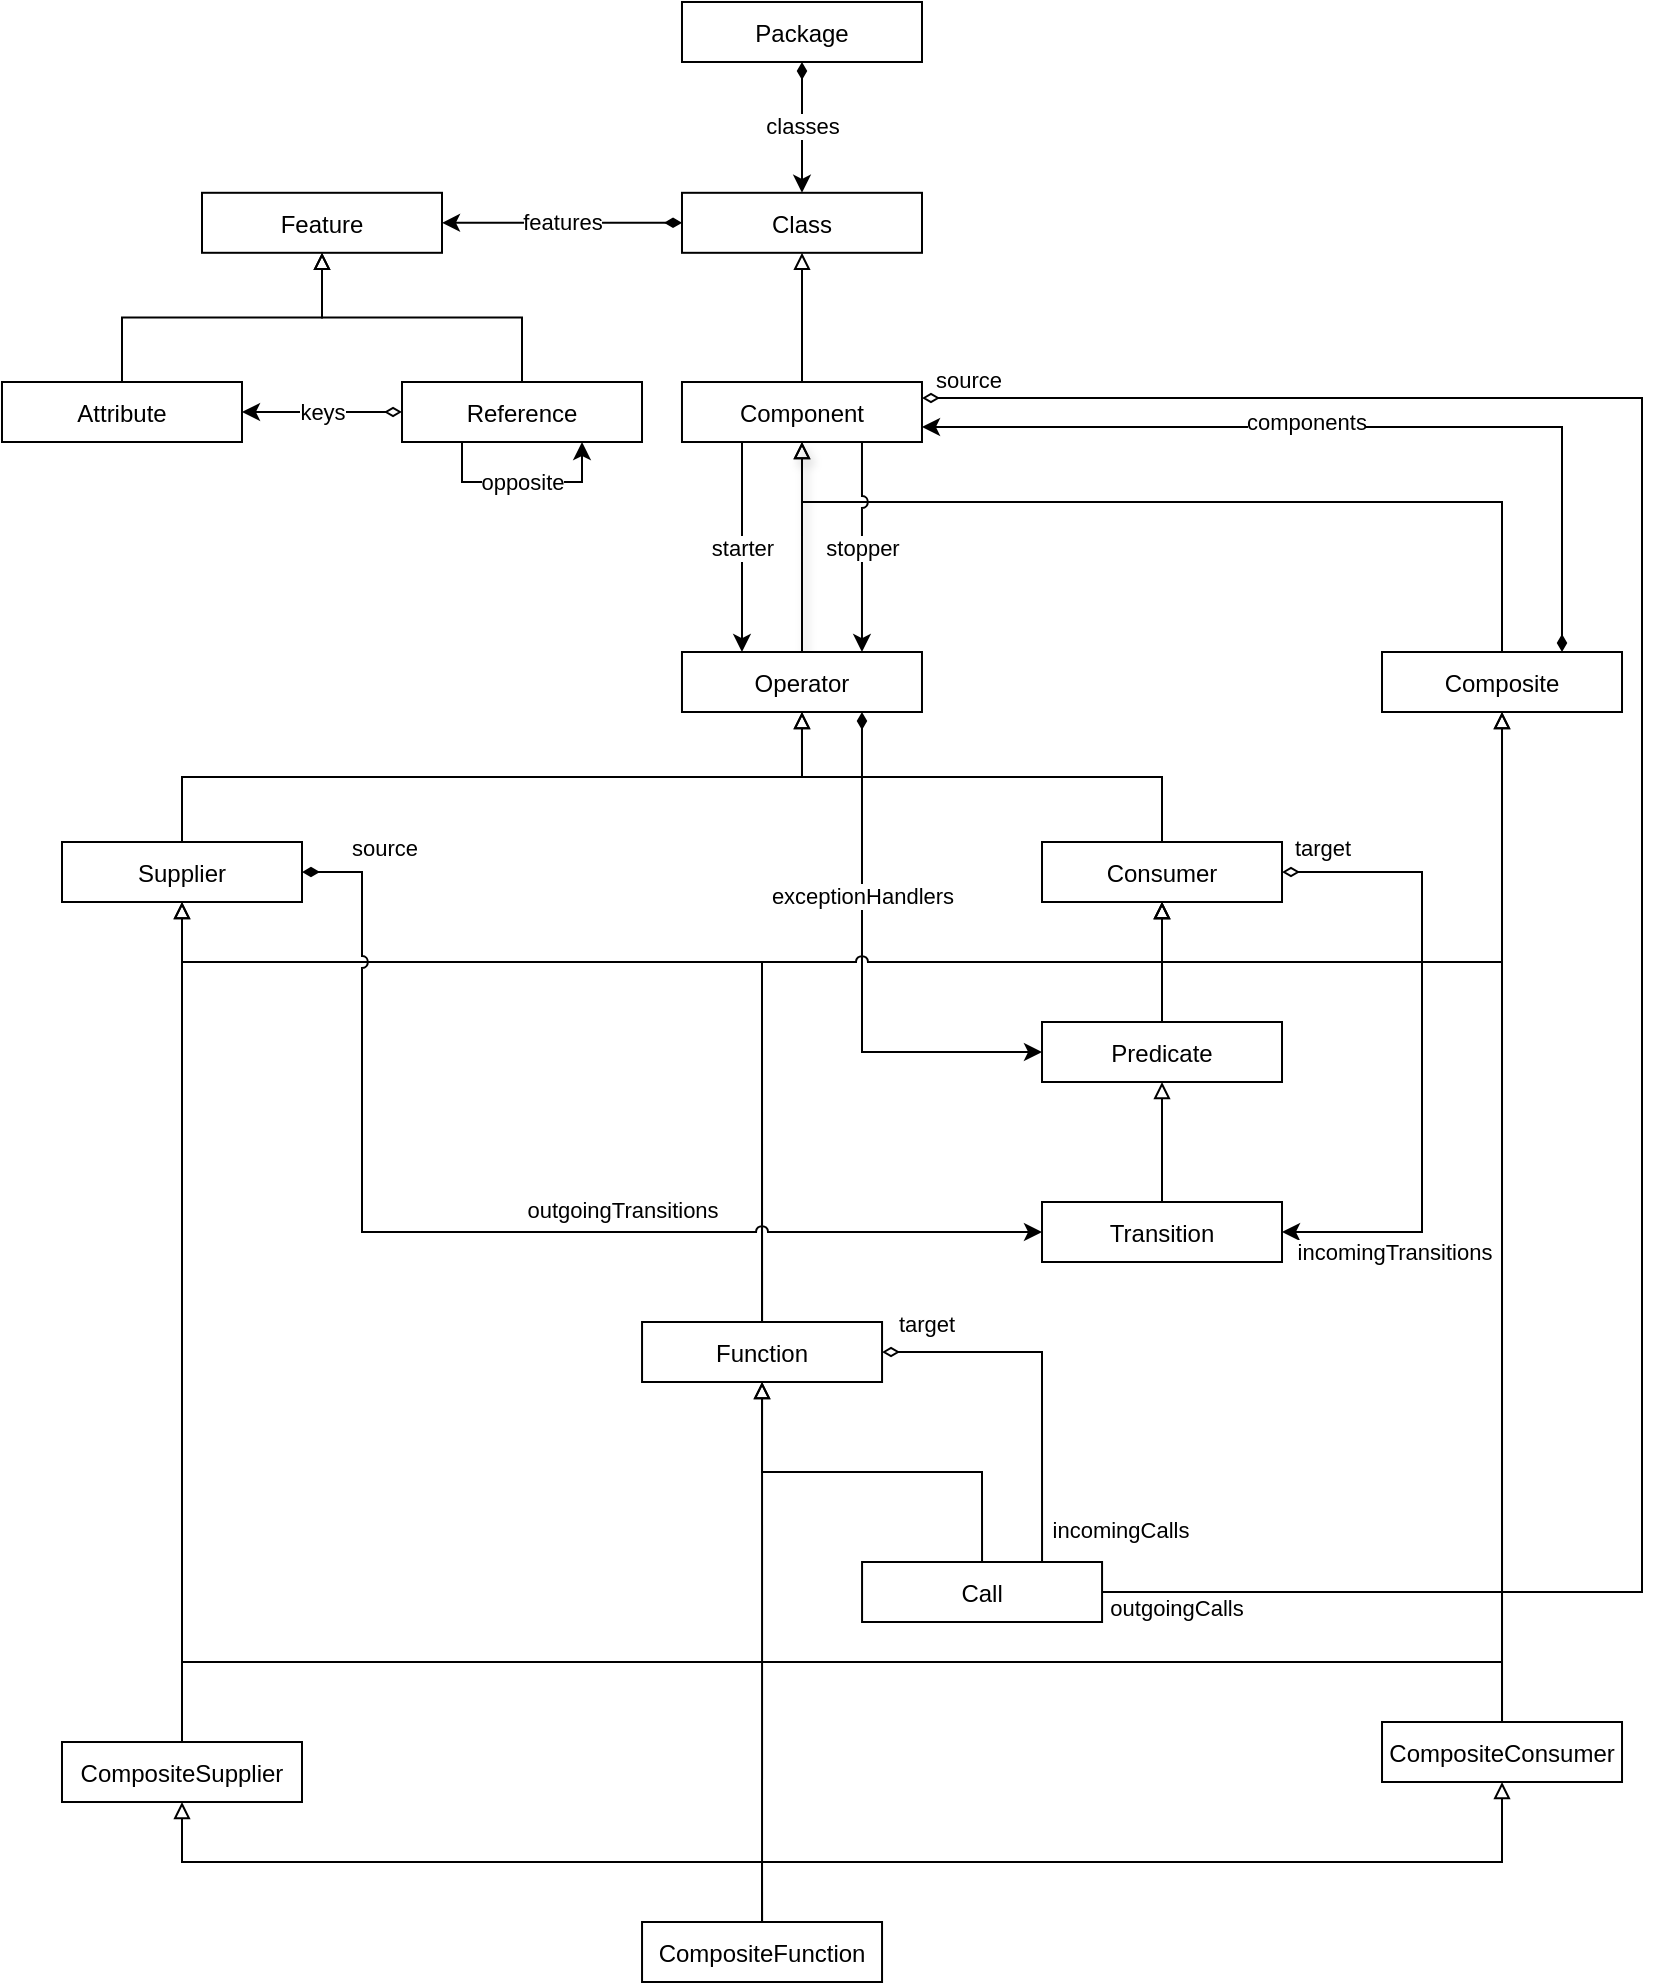
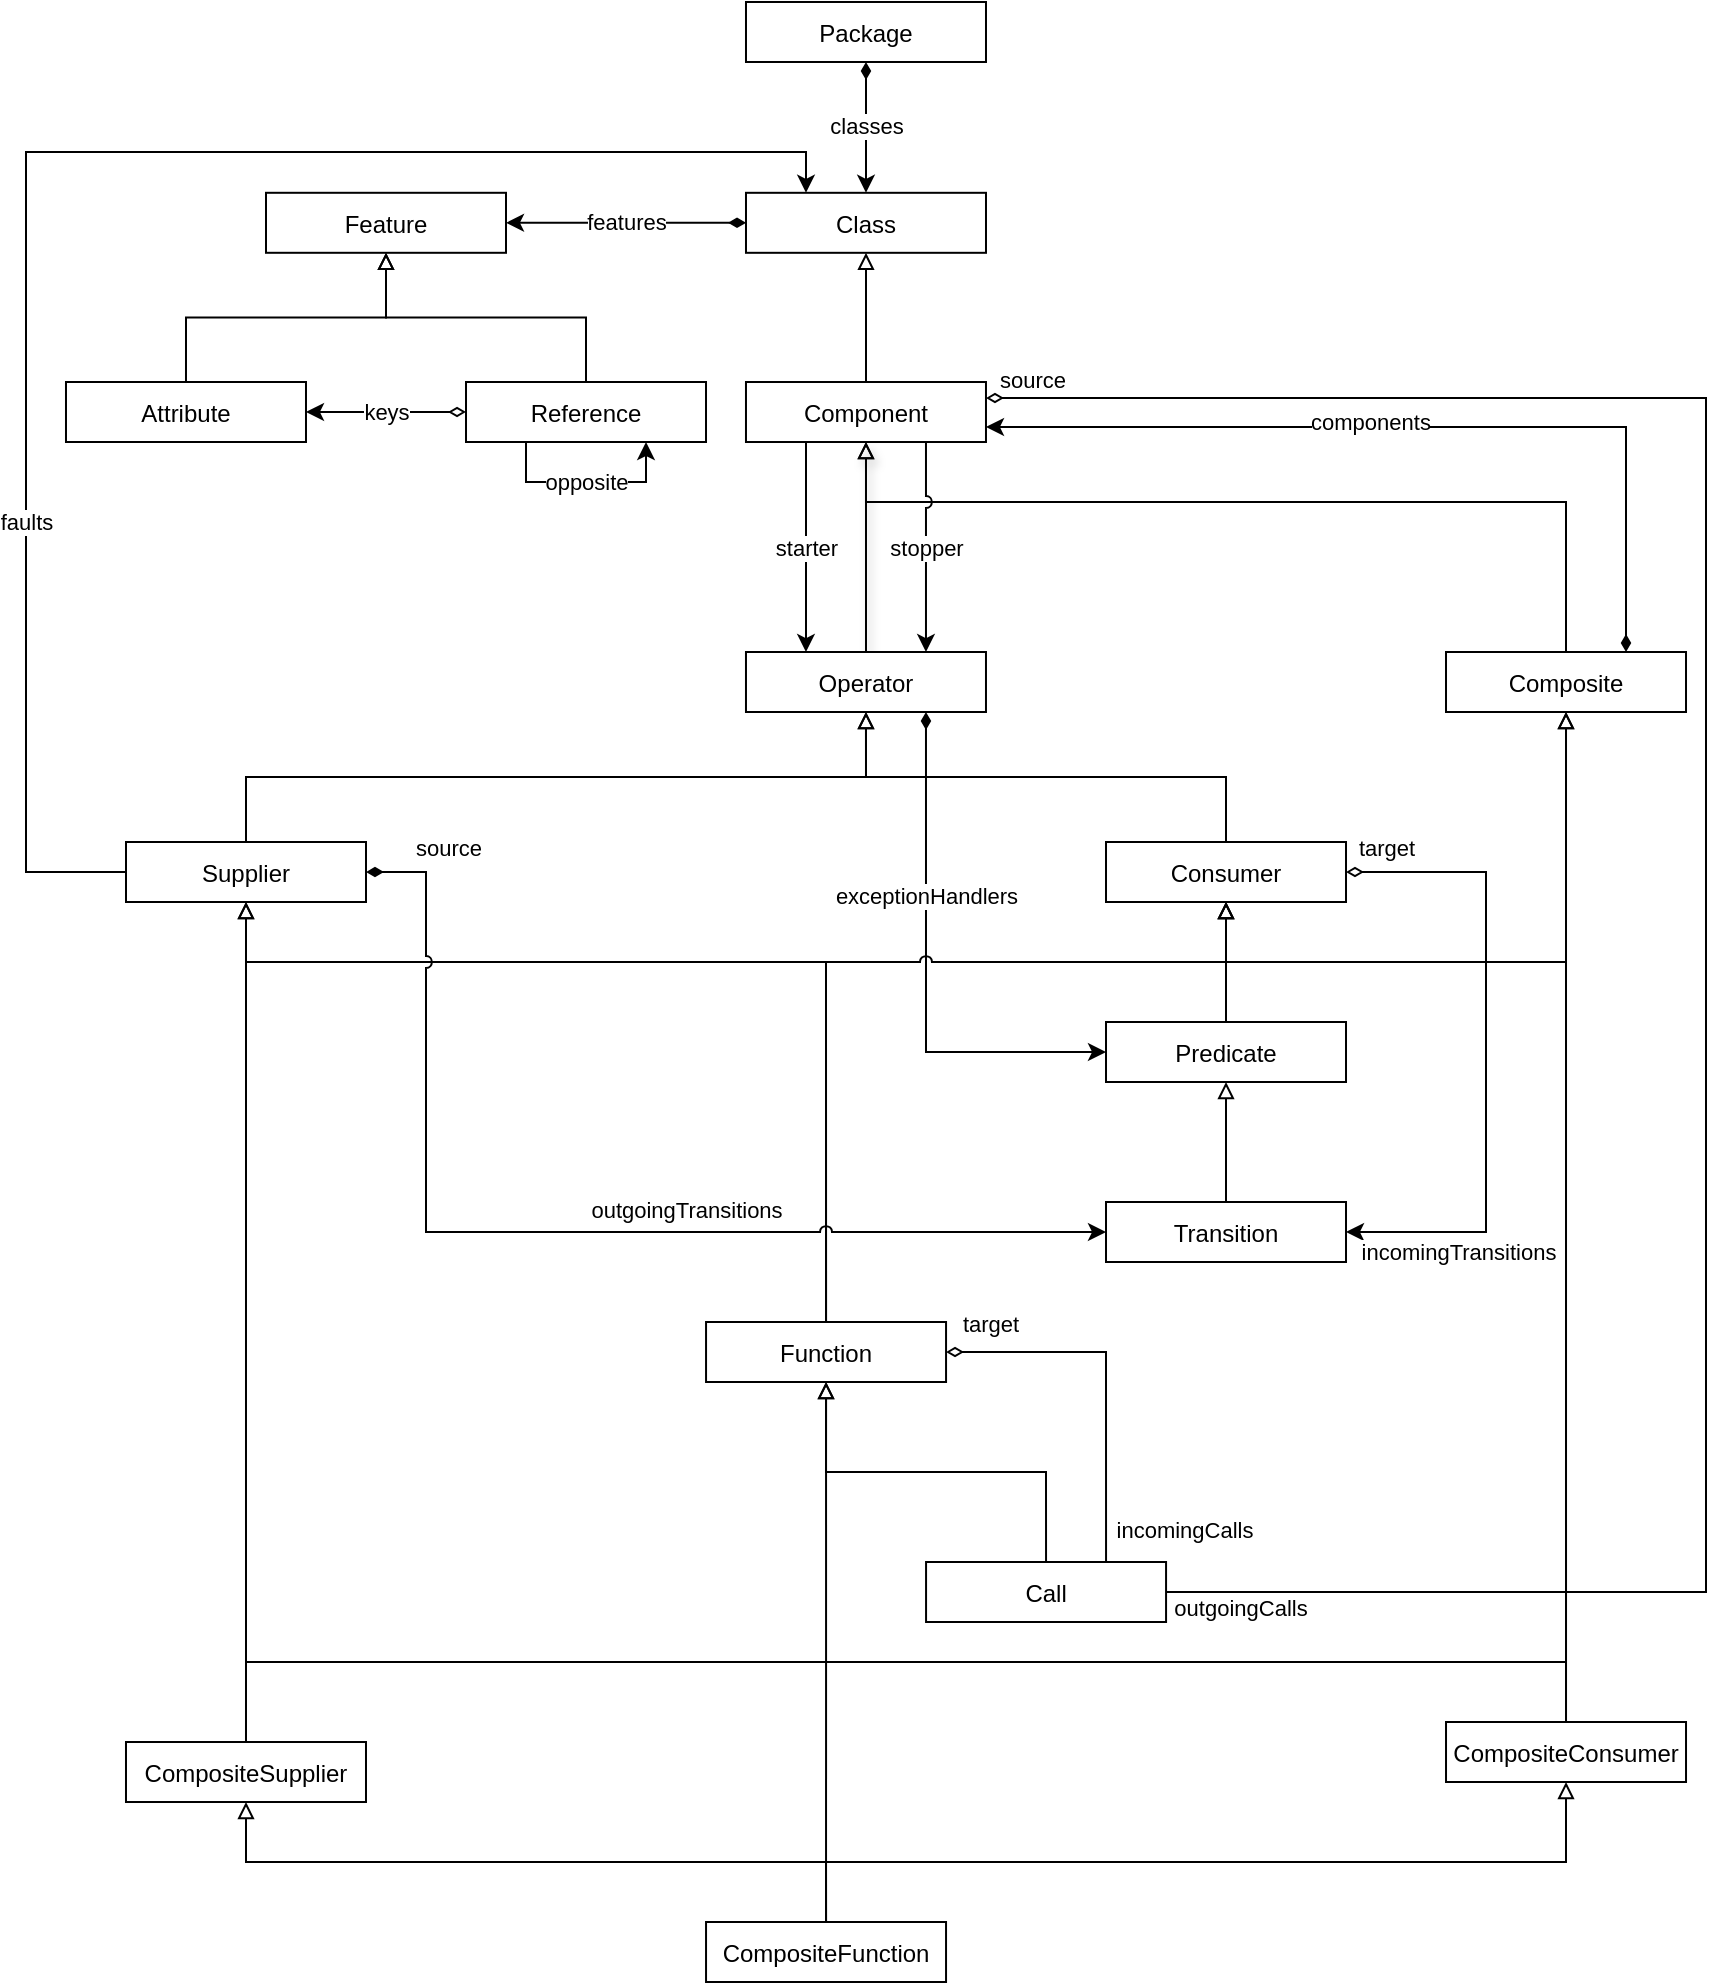
- <mxfile compressed="false" host="Electron" agent="Mozilla/5.0 (Windows NT 10.0; Win64; x64) AppleWebKit/537.36 (KHTML, like Gecko) draw.io/29.6.6 Chrome/144.0.7559.236 Electron/40.8.4 Safari/537.36" version="29.6.6">
+ <mxfile compressed="false" host="Electron" agent="Mozilla/5.0 (Windows NT 10.0; Win64; x64) AppleWebKit/537.36 (KHTML, like Gecko) draw.io/29.6.6 Chrome/144.0.7559.236 Electron/40.8.4 Safari/537.36">
  <diagram id="23af58aa-a429-4b5e-b458-e5b80da6425f" name="Nasdanika OpGraph">
-     <mxGraphModel dx="3346" dy="1921" grid="1" gridSize="10" guides="1" tooltips="1" connect="1" arrows="1" fold="1" page="1" pageScale="1" pageWidth="1100" pageHeight="850" math="0" shadow="0">
+     <mxGraphModel dx="1412" dy="1770" grid="1" gridSize="10" guides="1" tooltips="1" connect="1" arrows="1" fold="1" page="1" pageScale="1" pageWidth="1100" pageHeight="850" math="0" shadow="0">
      <root>
        <mxCell id="0" />
        <mxCell id="1" parent="0" />
        <mxCell id="e3b767db-f3d5-4fbc-bb34-6288777e079a" edge="1" parent="1" source="3e7967bf-5f73-44be-8792-47088057e340" style="exitX=0.5;exitDx=0.0;exitY=0.0;exitDy=0.0;entryX=0.5;entryDx=0.0;entryY=1.0;entryDy=0;rounded=0;endArrow=block;edgeStyle=orthogonalEdgeStyle;orthogonalLoop=1;jettySize=auto;html=1;endFill=0;jumpStyle=arc;" target="124f659d-63d1-4866-bf7c-81398dcec85a">
          <mxGeometry relative="1" as="geometry">
            <Array as="points">
              <mxPoint x="790" y="750" />
              <mxPoint x="790" y="750" />
            </Array>
          </mxGeometry>
        </mxCell>
        <mxCell id="0aafd171-a7bc-419a-80b7-996809c04f35" edge="1" parent="1" source="3e7967bf-5f73-44be-8792-47088057e340" style="exitX=0.5;exitDx=0.0;exitY=0.0;exitDy=0;entryX=0.5;entryDx=0;entryY=1;entryDy=0;rounded=0;endArrow=block;edgeStyle=orthogonalEdgeStyle;orthogonalLoop=1;jettySize=auto;html=1;endFill=0" target="0cbeb0a5-d94e-4699-8d30-66709ff57d54">
          <mxGeometry relative="1" as="geometry">
            <Array as="points">
              <mxPoint x="790" y="550" />
              <mxPoint x="620" y="550" />
            </Array>
          </mxGeometry>
        </mxCell>
        <mxCell id="b885a4e7-599f-497d-8e45-b23eecdde0d1" edge="1" parent="1" source="124f659d-63d1-4866-bf7c-81398dcec85a" style="exitX=0.5;exitDx=0.0;exitY=0.0;exitDy=0;entryX=0.5;entryDx=0.0;entryY=1.0;entryDy=0;rounded=0;endArrow=block;edgeStyle=orthogonalEdgeStyle;orthogonalLoop=1;jettySize=auto;html=1;endFill=0" target="060b16d1-0b18-434c-8bd6-16db6f752ca8">
          <mxGeometry relative="1" as="geometry">
            <Array as="points">
              <mxPoint x="790" y="320" />
              <mxPoint x="440" y="320" />
            </Array>
          </mxGeometry>
        </mxCell>
        <mxCell id="48928206-0806-4f7f-b3ea-dfc8e4df7ce9" edge="1" parent="1" source="3fb1ce62-f814-4d96-8846-974f7878c26b" style="exitX=0.5;exitDx=0.0;exitY=0.0;exitDy=0;entryX=0.5;entryDx=0.0;entryY=1.0;entryDy=0;rounded=0;endArrow=block;edgeStyle=orthogonalEdgeStyle;orthogonalLoop=1;jettySize=auto;html=1;endFill=0;shadow=1;" target="060b16d1-0b18-434c-8bd6-16db6f752ca8">
          <mxGeometry relative="1" as="geometry" />
        </mxCell>
        <object label="Function" link="references/eClassifiers/Function/index.html" id="fa4d6dfb-cf66-4590-bd70-89af725caa55">
          <mxCell parent="1" vertex="1">
            <mxGeometry height="30" width="120" x="360.02323241547424" y="730.0018019363706" as="geometry" />
          </mxCell>
        </object>
        <object label="Transition" link="references/eClassifiers/Transition/index.html" id="18614138-ef5b-436f-bcf5-6e98c80928c4">
          <mxCell parent="1" vertex="1">
            <mxGeometry height="30" width="120" x="560.0031099374029" y="670" as="geometry" />
          </mxCell>
        </object>
        <object label="Call" link="references/eClassifiers/Call/index.html" id="6eb72287-1d1c-4141-8c38-7fba40faa7d1">
          <mxCell parent="1" vertex="1">
            <mxGeometry height="30" width="120" x="470.0285604441417" y="850.0010593841301" as="geometry" />
          </mxCell>
        </object>
        <mxCell id="d1517e5a-321a-4dca-9b5f-5e73fcada77c" edge="1" parent="1" source="6eb72287-1d1c-4141-8c38-7fba40faa7d1" style="exitX=0.5;exitDx=0.0;exitY=0.0;exitDy=0.0;entryX=0.5;entryDx=0.0;entryY=1.0;entryDy=0;rounded=0;endArrow=block;edgeStyle=orthogonalEdgeStyle;orthogonalLoop=1;jettySize=auto;html=1;endFill=0" target="fa4d6dfb-cf66-4590-bd70-89af725caa55">
          <mxGeometry relative="1" as="geometry" />
        </mxCell>
        <object link="references/eClassifiers/Call/references/eStructuralFeatures/target/index.html" id="3542481c-52a2-4484-80d9-316e89572c7d">
          <mxCell edge="1" parent="1" source="6eb72287-1d1c-4141-8c38-7fba40faa7d1" style="rounded=0;orthogonalLoop=1;jettySize=1;html=1;endArrow=diamondThin;endFill=0;edgeStyle=orthogonalEdgeStyle;entryX=1;entryY=0.5;entryDx=0;entryDy=0;exitX=0.75;exitY=0;exitDx=0;exitDy=0;" target="fa4d6dfb-cf66-4590-bd70-89af725caa55">
            <mxGeometry relative="1" as="geometry" />
          </mxCell>
        </object>
        <mxCell id="7d7b0fef-cec4-40a0-a7c5-37e4cd1af2d8" parent="3542481c-52a2-4484-80d9-316e89572c7d" style="edgeLabel;html=1;align=center;verticalAlign=middle;resizable=0;points=[]" value="target" vertex="1">
          <mxGeometry relative="1" x="0.7" as="geometry">
            <mxPoint x="-6" y="-14" as="offset" />
          </mxGeometry>
        </mxCell>
        <mxCell id="21356a49-a162-45f2-9cd6-904e442cccde" parent="3542481c-52a2-4484-80d9-316e89572c7d" style="edgeLabel;html=1;align=center;verticalAlign=middle;resizable=0;points=[]" value="incomingCalls" vertex="1">
          <mxGeometry relative="1" x="0.3" as="geometry">
            <mxPoint x="54" y="89" as="offset" />
          </mxGeometry>
        </mxCell>
        <object label="CompositeConsumer" link="references/eClassifiers/CompositeConsumer/index.html" id="3e7967bf-5f73-44be-8792-47088057e340">
          <mxCell parent="1" vertex="1">
            <mxGeometry height="30" width="120" x="730.0085520676682" y="930" as="geometry" />
          </mxCell>
        </object>
        <object label="Attribute" link="references/eClassifiers/Attribute/index.html" id="8cc496d2-331b-4939-baa4-2729c10ce9a7">
          <mxCell parent="1" vertex="1">
            <mxGeometry height="30" width="120" x="39.99734508451729" y="260" as="geometry" />
          </mxCell>
        </object>
        <object label="Operator" link="references/eClassifiers/Operator/index.html" id="3fb1ce62-f814-4d96-8846-974f7878c26b">
          <mxCell parent="1" vertex="1">
            <mxGeometry height="30" width="120" x="379.98924402061857" y="395.0008148576329" as="geometry" />
          </mxCell>
        </object>
        <object label="Reference" link="references/eClassifiers/Reference/index.html" id="0bad16c6-f45c-4d02-a1ce-e395e69122d1">
          <mxCell parent="1" vertex="1">
            <mxGeometry height="30" width="120" x="240.00378102884645" y="260" as="geometry" />
          </mxCell>
        </object>
        <object label="keys" link="references/eClassifiers/Reference/references/eStructuralFeatures/keys/index.html" id="3cd92ca7-caae-4503-ad2f-ba0fa5667f95">
          <mxCell edge="1" parent="1" source="0bad16c6-f45c-4d02-a1ce-e395e69122d1" style="rounded=0;orthogonalLoop=1;jettySize=1;html=1;startArrow=diamondThin;startFill=0" target="8cc496d2-331b-4939-baa4-2729c10ce9a7">
            <mxGeometry relative="1" as="geometry" />
          </mxCell>
        </object>
        <object label="opposite" link="references/eClassifiers/Reference/references/eStructuralFeatures/opposite/index.html" id="801c13a2-e32f-43ef-8c5a-13b217d4bd71">
          <mxCell edge="1" parent="1" source="0bad16c6-f45c-4d02-a1ce-e395e69122d1" style="rounded=0;orthogonalLoop=1;jettySize=1;html=1;exitX=0.25;exitY=1;exitDx=0;exitDy=0;entryX=0.75;entryY=1;entryDx=0;entryDy=0;edgeStyle=orthogonalEdgeStyle;" target="0bad16c6-f45c-4d02-a1ce-e395e69122d1">
            <mxGeometry relative="1" as="geometry">
              <Array as="points">
                <mxPoint x="270" y="310" />
                <mxPoint x="330" y="310" />
              </Array>
              <mxPoint x="290" y="560" as="targetPoint" />
            </mxGeometry>
          </mxCell>
        </object>
        <object label="Package" link="references/eClassifiers/Package/index.html" id="536b1357-ea88-4b84-87c7-66737e0005c9">
          <mxCell parent="1" vertex="1">
            <mxGeometry height="30" width="120" x="379.9944520829906" y="69.9961592991881" as="geometry" />
          </mxCell>
        </object>
        <object label="CompositeFunction" link="references/eClassifiers/CompositeFunction/index.html" id="8c66491f-5c1a-4289-b706-805c9df03d54">
          <mxCell parent="1" vertex="1">
            <mxGeometry height="30" width="120" x="360.0192307696327" y="1029.9990771369742" as="geometry" />
          </mxCell>
        </object>
        <mxCell id="78c814a8-82f5-4c67-b2a7-7defaf3460d3" edge="1" parent="1" source="8c66491f-5c1a-4289-b706-805c9df03d54" style="exitX=0.5;exitDx=0.0;exitY=0.0;exitDy=0.0;entryX=0.5;entryDx=0.0;entryY=1.0;entryDy=0;rounded=0;endArrow=block;edgeStyle=orthogonalEdgeStyle;orthogonalLoop=1;jettySize=auto;html=1;endFill=0" target="3e7967bf-5f73-44be-8792-47088057e340">
          <mxGeometry relative="1" as="geometry">
            <Array as="points">
              <mxPoint x="420" y="1000" />
              <mxPoint x="790" y="1000" />
            </Array>
          </mxGeometry>
        </mxCell>
        <mxCell id="21ee8141-210c-4d18-b472-ae877c893d17" edge="1" parent="1" source="8c66491f-5c1a-4289-b706-805c9df03d54" style="exitX=0.5;exitDx=0.0;exitY=0.0;exitDy=0.0;entryX=0.5;entryDx=0.0;entryY=1.0;entryDy=0;rounded=0;endArrow=block;edgeStyle=orthogonalEdgeStyle;orthogonalLoop=1;jettySize=auto;html=1;endFill=0" target="fa4d6dfb-cf66-4590-bd70-89af725caa55">
          <mxGeometry relative="1" as="geometry" />
        </mxCell>
        <object label="Composite" link="references/eClassifiers/Composite/index.html" id="124f659d-63d1-4866-bf7c-81398dcec85a">
          <mxCell parent="1" vertex="1">
            <mxGeometry height="30" width="120" x="730.0045523752694" y="395.00010254032554" as="geometry" />
          </mxCell>
        </object>
        <object label="Consumer" link="references/eClassifiers/Consumer/index.html" id="0cbeb0a5-d94e-4699-8d30-66709ff57d54">
          <mxCell parent="1" vertex="1">
            <mxGeometry height="30" width="120" x="560.0029622583063" y="490" as="geometry" />
          </mxCell>
        </object>
        <object link="references/eClassifiers/Consumer/references/eStructuralFeatures/incomingTransitions/index.html" id="f1274210-fb53-4466-9e30-f3157aa9675e">
          <mxCell edge="1" parent="1" source="0cbeb0a5-d94e-4699-8d30-66709ff57d54" style="rounded=0;orthogonalLoop=1;jettySize=1;html=1;startArrow=diamondThin;startFill=0;exitX=1;exitY=0.5;exitDx=0;exitDy=0;entryX=1;entryY=0.5;entryDx=0;entryDy=0;edgeStyle=orthogonalEdgeStyle;" target="18614138-ef5b-436f-bcf5-6e98c80928c4">
            <mxGeometry relative="1" as="geometry">
              <Array as="points">
                <mxPoint x="750" y="505" />
                <mxPoint x="750" y="685" />
              </Array>
            </mxGeometry>
          </mxCell>
        </object>
        <mxCell id="5a8339ed-3b47-4285-9a39-4ad9937cf6af" parent="f1274210-fb53-4466-9e30-f3157aa9675e" style="edgeLabel;html=1;align=center;verticalAlign=middle;resizable=0;points=[]" value="incomingTransitions" vertex="1">
          <mxGeometry relative="1" x="0.7" as="geometry">
            <mxPoint x="8" y="10" as="offset" />
          </mxGeometry>
        </mxCell>
        <mxCell id="c1d81296-85a1-4fd0-941f-fbefa54d1bb3" parent="f1274210-fb53-4466-9e30-f3157aa9675e" style="edgeLabel;html=1;align=center;verticalAlign=middle;resizable=0;points=[]" value="target" vertex="1">
          <mxGeometry relative="1" x="0.3" as="geometry">
            <mxPoint x="-50" y="-150" as="offset" />
          </mxGeometry>
        </mxCell>
        <mxCell id="35086cf9-9f00-4b84-b96e-d11b3f34af2a" edge="1" parent="1" source="0cbeb0a5-d94e-4699-8d30-66709ff57d54" style="exitX=0.5;exitDx=0;exitY=0;exitDy=0;entryX=0.5;entryDx=0.0;entryY=1.0;entryDy=0;rounded=0;endArrow=block;edgeStyle=orthogonalEdgeStyle;orthogonalLoop=1;jettySize=auto;html=1;endFill=0" target="3fb1ce62-f814-4d96-8846-974f7878c26b">
          <mxGeometry relative="1" as="geometry" />
        </mxCell>
+         <UserObject label="faults" link="references/eClassifiers/Supplier/references/eStructuralFeatures/faults/index.html" id="C_FwnE_t2lNUiaPvwR3a-1">
+           <mxCell edge="1" parent="1" source="6e3e9837-3680-495f-ad33-634c0cdc45b0" style="edgeStyle=orthogonalEdgeStyle;rounded=0;orthogonalLoop=1;jettySize=auto;html=1;exitX=0;exitY=0.5;exitDx=0;exitDy=0;entryX=0.25;entryY=0;entryDx=0;entryDy=0;" target="2e724991-75f7-49eb-b68a-dd7bf5c681af">
+             <mxGeometry relative="1" x="-0.4515" as="geometry">
+               <mxPoint as="offset" />
+               <Array as="points">
+                 <mxPoint x="20" y="505" />
+                 <mxPoint x="20" y="145" />
+                 <mxPoint x="410" y="145" />
+               </Array>
+             </mxGeometry>
+           </mxCell>
+         </UserObject>
        <object label="Supplier" link="references/eClassifiers/Supplier/index.html" id="6e3e9837-3680-495f-ad33-634c0cdc45b0">
          <mxCell parent="1" vertex="1">
            <mxGeometry height="30" width="120" x="70.00066390690176" y="489.9989399524071" as="geometry" />
          </mxCell>
        </object>
        <mxCell id="f2279c15-c031-4c65-a746-25a8bf059fd3" edge="1" parent="1" source="6e3e9837-3680-495f-ad33-634c0cdc45b0" style="exitX=0.5;exitDx=0;exitY=0;exitDy=0;entryX=0.5;entryDx=0.0;entryY=1.0;entryDy=0;rounded=0;endArrow=block;edgeStyle=orthogonalEdgeStyle;orthogonalLoop=1;jettySize=auto;html=1;endFill=0" target="3fb1ce62-f814-4d96-8846-974f7878c26b">
          <mxGeometry relative="1" as="geometry" />
        </mxCell>
        <mxCell id="c4394bec-7970-4891-94d0-fee693e78b4c" edge="1" parent="1" source="fa4d6dfb-cf66-4590-bd70-89af725caa55" style="exitX=0.5;exitDx=0.0;exitY=0.0;exitDy=0;entryX=0.5;entryDx=0.0;entryY=1.0;entryDy=0;rounded=0;endArrow=block;edgeStyle=orthogonalEdgeStyle;orthogonalLoop=1;jettySize=auto;html=1;endFill=0" target="6e3e9837-3680-495f-ad33-634c0cdc45b0">
          <mxGeometry relative="1" as="geometry">
            <Array as="points">
              <mxPoint x="420" y="550" />
              <mxPoint x="130" y="550" />
            </Array>
          </mxGeometry>
        </mxCell>
        <object label="Class" link="references/eClassifiers/Class/index.html" id="2e724991-75f7-49eb-b68a-dd7bf5c681af">
          <mxCell parent="1" vertex="1">
            <mxGeometry height="30" width="120" x="379.9964515361187" y="165.40382764500237" as="geometry" />
          </mxCell>
        </object>
        <object label="classes" link="references/eClassifiers/Package/references/eStructuralFeatures/classes/index.html" id="97a96560-8099-41aa-9984-28d294bca874">
          <mxCell edge="1" parent="1" source="536b1357-ea88-4b84-87c7-66737e0005c9" style="rounded=0;orthogonalLoop=1;jettySize=1;html=1;startArrow=diamondThin" target="2e724991-75f7-49eb-b68a-dd7bf5c681af">
            <mxGeometry relative="1" as="geometry" />
          </mxCell>
        </object>
        <object label="Feature" link="references/eClassifiers/Feature/index.html" id="018730ec-5648-4493-934c-b62bcd7a17dd">
          <mxCell parent="1" vertex="1">
            <mxGeometry height="30" width="120" x="139.99827946936477" y="165.39999999999998" as="geometry" />
          </mxCell>
        </object>
        <object label="features" link="references/eClassifiers/Class/references/eStructuralFeatures/features/index.html" id="69e9dbe8-3e2c-476a-b6e3-6b2f78ceb52f">
          <mxCell edge="1" parent="1" source="2e724991-75f7-49eb-b68a-dd7bf5c681af" style="rounded=0;orthogonalLoop=1;jettySize=1;html=1;startArrow=diamondThin" target="018730ec-5648-4493-934c-b62bcd7a17dd">
            <mxGeometry relative="1" as="geometry" />
          </mxCell>
        </object>
        <mxCell id="efb968ac-9024-4144-8c1c-1dbc73d9c2c4" edge="1" parent="1" source="0bad16c6-f45c-4d02-a1ce-e395e69122d1" style="exitX=0.5;exitDx=0.0;exitY=0.0;exitDy=0;entryX=0.5;entryDx=0.0;entryY=1.0;entryDy=0;rounded=0;endArrow=block;edgeStyle=orthogonalEdgeStyle;orthogonalLoop=1;jettySize=auto;html=1;endFill=0" target="018730ec-5648-4493-934c-b62bcd7a17dd">
          <mxGeometry relative="1" as="geometry" />
        </mxCell>
        <mxCell id="d969975b-04d7-4f75-b7a9-5e72b3ce34b0" edge="1" parent="1" source="8cc496d2-331b-4939-baa4-2729c10ce9a7" style="exitX=0.5;exitDx=0.0;exitY=0.0;exitDy=0;entryX=0.5;entryDx=0.0;entryY=1.0;entryDy=0;rounded=0;endArrow=block;edgeStyle=orthogonalEdgeStyle;orthogonalLoop=1;jettySize=auto;html=1;endFill=0" target="018730ec-5648-4493-934c-b62bcd7a17dd">
          <mxGeometry relative="1" as="geometry" />
        </mxCell>
        <object label="Predicate" link="references/eClassifiers/Predicate/index.html" id="c332fc6e-a0ef-4174-8382-8578e80c8d05">
          <mxCell parent="1" vertex="1">
            <mxGeometry height="30" width="120" x="560.0027591632086" y="580" as="geometry" />
          </mxCell>
        </object>
        <mxCell id="296fe442-a730-4f7c-8bb1-6acee353d10a" edge="1" parent="1" source="c332fc6e-a0ef-4174-8382-8578e80c8d05" style="exitX=0.5;exitDx=0;exitY=0;exitDy=0;entryX=0.5;entryDx=0.0;entryY=1.0;entryDy=0;rounded=0;endArrow=block;edgeStyle=orthogonalEdgeStyle;orthogonalLoop=1;jettySize=auto;html=1;endFill=0" target="0cbeb0a5-d94e-4699-8d30-66709ff57d54">
          <mxGeometry relative="1" as="geometry" />
        </mxCell>
        <object label="exceptionHandlers" link="references/eClassifiers/Operator/references/eStructuralFeatures/exceptionHandlers/index.html" id="864fa42f-a4a7-450e-b8c1-4f760214ac42">
          <mxCell edge="1" parent="1" source="3fb1ce62-f814-4d96-8846-974f7878c26b" style="rounded=0;orthogonalLoop=1;jettySize=1;html=1;startArrow=diamondThin;edgeStyle=orthogonalEdgeStyle;exitX=0.75;exitY=1;exitDx=0;exitDy=0;entryX=0;entryY=0.5;entryDx=0;entryDy=0;" target="c332fc6e-a0ef-4174-8382-8578e80c8d05">
            <mxGeometry relative="1" x="-0.2917" as="geometry">
              <mxPoint as="offset" />
              <Array as="points">
                <mxPoint x="470" y="595" />
              </Array>
              <mxPoint x="520" y="400" as="sourcePoint" />
            </mxGeometry>
          </mxCell>
        </object>
        <mxCell id="9c463132-4a00-43c6-9da9-b84d61a604f8" edge="1" parent="1" source="18614138-ef5b-436f-bcf5-6e98c80928c4" style="exitX=0.5;exitDx=0.0;exitY=0.0;exitDy=0;entryX=0.5;entryDx=0.0;entryY=1.0;entryDy=0;rounded=0;endArrow=block;edgeStyle=orthogonalEdgeStyle;orthogonalLoop=1;jettySize=auto;html=1;endFill=0" target="c332fc6e-a0ef-4174-8382-8578e80c8d05">
          <mxGeometry relative="1" as="geometry" />
        </mxCell>
        <object label="CompositeSupplier" link="references/eClassifiers/CompositeSupplier/index.html" id="bf22ffbe-c363-451d-82bc-c2302c5fa2a8">
          <mxCell parent="1" vertex="1">
            <mxGeometry height="30" width="120" x="69.99673755418189" y="940.0036074254017" as="geometry" />
          </mxCell>
        </object>
        <mxCell id="b9ff432d-e7f1-465d-8f23-5d98ef2b0e0d" edge="1" parent="1" source="bf22ffbe-c363-451d-82bc-c2302c5fa2a8" style="exitX=0.5;exitDx=0;exitY=0;exitDy=0;entryX=0.5;entryDx=0.0;entryY=1.0;entryDy=0;rounded=0;endArrow=block;edgeStyle=orthogonalEdgeStyle;orthogonalLoop=1;jettySize=auto;html=1;endFill=0" target="6e3e9837-3680-495f-ad33-634c0cdc45b0">
          <mxGeometry relative="1" as="geometry" />
        </mxCell>
        <mxCell id="26cd9be3-b276-4234-b062-47a1ede978d5" edge="1" parent="1" source="bf22ffbe-c363-451d-82bc-c2302c5fa2a8" style="exitX=0.5;exitDx=0.0;exitY=0;exitDy=0.0;entryX=0.5;entryDx=0.0;entryY=1.0;entryDy=0;rounded=0;endArrow=block;edgeStyle=orthogonalEdgeStyle;orthogonalLoop=1;jettySize=auto;html=1;endFill=0" target="124f659d-63d1-4866-bf7c-81398dcec85a">
          <mxGeometry relative="1" as="geometry">
            <Array as="points">
              <mxPoint x="130" y="900" />
              <mxPoint x="790" y="900" />
            </Array>
          </mxGeometry>
        </mxCell>
        <mxCell id="40afb0aa-5384-4690-8a37-84cf60a9b27e" edge="1" parent="1" source="8c66491f-5c1a-4289-b706-805c9df03d54" style="exitX=0.5;exitDx=0.0;exitY=0.0;exitDy=0;entryX=0.5;entryDx=0.0;entryY=1.0;entryDy=0;rounded=0;endArrow=block;edgeStyle=orthogonalEdgeStyle;orthogonalLoop=1;jettySize=auto;html=1;endFill=0" target="bf22ffbe-c363-451d-82bc-c2302c5fa2a8">
          <mxGeometry relative="1" as="geometry">
            <Array as="points">
              <mxPoint x="420" y="1000" />
              <mxPoint x="130" y="1000" />
            </Array>
          </mxGeometry>
        </mxCell>
        <object label="Component" link="references/eClassifiers/Component/index.html" id="060b16d1-0b18-434c-8bd6-16db6f752ca8">
          <mxCell parent="1" vertex="1">
            <mxGeometry height="30" width="120" x="379.99178140178515" y="260.0040666052396" as="geometry" />
          </mxCell>
        </object>
        <object label="starter" link="references/eClassifiers/Component/references/eStructuralFeatures/starter/index.html" id="227662c3-89a9-48cd-9355-f32b17d171f8">
          <mxCell edge="1" parent="1" source="060b16d1-0b18-434c-8bd6-16db6f752ca8" style="rounded=0;orthogonalLoop=1;jettySize=1;html=1;exitX=0.25;exitY=1;exitDx=0;exitDy=0;entryX=0.25;entryY=0;entryDx=0;entryDy=0;" target="3fb1ce62-f814-4d96-8846-974f7878c26b">
            <mxGeometry relative="1" as="geometry" />
          </mxCell>
        </object>
        <object label="stopper" link="references/eClassifiers/Component/references/eStructuralFeatures/stopper/index.html" id="4ad5b30b-4ac6-4907-a112-000aed6abbef">
          <mxCell edge="1" parent="1" source="060b16d1-0b18-434c-8bd6-16db6f752ca8" style="rounded=0;orthogonalLoop=1;jettySize=1;html=1;exitX=0.75;exitY=1;exitDx=0;exitDy=0;entryX=0.75;entryY=0;entryDx=0;entryDy=0;jumpStyle=arc;" target="3fb1ce62-f814-4d96-8846-974f7878c26b">
            <mxGeometry relative="1" as="geometry" />
          </mxCell>
        </object>
        <mxCell id="5f379dc2-5d59-4411-b0f3-97ac3207f029" edge="1" parent="1" source="060b16d1-0b18-434c-8bd6-16db6f752ca8" style="exitX=0.5;exitDx=0;exitY=0;exitDy=0;entryX=0.5;entryDx=0.0;entryY=1.0;entryDy=0;rounded=0;endArrow=block;edgeStyle=orthogonalEdgeStyle;orthogonalLoop=1;jettySize=auto;html=1;endFill=0" target="2e724991-75f7-49eb-b68a-dd7bf5c681af">
          <mxGeometry relative="1" as="geometry" />
        </mxCell>
        <object label="components" link="references/eClassifiers/Composite/references/eStructuralFeatures/components/index.html" id="d139a0ee-8ad7-4584-aa98-992abb0a97f0">
          <mxCell edge="1" parent="1" source="124f659d-63d1-4866-bf7c-81398dcec85a" style="rounded=0;orthogonalLoop=1;jettySize=1;html=1;startArrow=diamondThin;edgeStyle=orthogonalEdgeStyle;entryX=1;entryY=0.75;entryDx=0;entryDy=0;exitX=0.75;exitY=0;exitDx=0;exitDy=0;" target="060b16d1-0b18-434c-8bd6-16db6f752ca8">
            <mxGeometry relative="1" x="0.111" y="-3" as="geometry">
              <mxPoint as="offset" />
            </mxGeometry>
          </mxCell>
        </object>
        <mxCell id="216f65f1-ff2a-4792-8845-87b0df2e2154" edge="1" parent="1" source="fa4d6dfb-cf66-4590-bd70-89af725caa55" style="exitX=0.5;exitDx=0.0;exitY=0.0;exitDy=0.0;entryX=0.5;entryDx=0.0;entryY=1.0;entryDy=0;rounded=0;endArrow=block;edgeStyle=orthogonalEdgeStyle;orthogonalLoop=1;jettySize=auto;html=1;endFill=0;jumpStyle=arc;" target="0cbeb0a5-d94e-4699-8d30-66709ff57d54">
          <mxGeometry relative="1" as="geometry">
            <Array as="points">
              <mxPoint x="420" y="550" />
              <mxPoint x="620" y="550" />
            </Array>
          </mxGeometry>
        </mxCell>
        <object link="references/eClassifiers/Call/references/eStructuralFeatures/source/index.html" id="f09b7c50-272a-47a4-bfde-7f604fa5598c">
          <mxCell edge="1" parent="1" source="6eb72287-1d1c-4141-8c38-7fba40faa7d1" style="rounded=0;orthogonalLoop=1;jettySize=1;html=1;endArrow=diamondThin;endFill=0;exitX=1;exitY=0.5;exitDx=0;exitDy=0;edgeStyle=orthogonalEdgeStyle;entryX=1;entryY=0.25;entryDx=0;entryDy=0;jumpStyle=arc;" target="060b16d1-0b18-434c-8bd6-16db6f752ca8">
            <mxGeometry relative="1" as="geometry">
              <Array as="points">
                <mxPoint x="860" y="865" />
                <mxPoint x="860" y="268" />
                <mxPoint x="500" y="268" />
              </Array>
            </mxGeometry>
          </mxCell>
        </object>
        <mxCell id="7813f7ce-8a27-4f40-8ef6-f2cf4fa33813" parent="f09b7c50-272a-47a4-bfde-7f604fa5598c" style="edgeLabel;html=1;align=center;verticalAlign=middle;resizable=0;points=[]" value="source" vertex="1">
          <mxGeometry relative="1" x="0.7" as="geometry">
            <mxPoint x="-161" y="-9" as="offset" />
          </mxGeometry>
        </mxCell>
        <mxCell id="8c5ddfad-579f-4c5b-a096-b84292b0ce0a" parent="f09b7c50-272a-47a4-bfde-7f604fa5598c" style="edgeLabel;html=1;align=center;verticalAlign=middle;resizable=0;points=[]" value="outgoingCalls" vertex="1">
          <mxGeometry relative="1" x="0.3" as="geometry">
            <mxPoint x="-233" y="536" as="offset" />
          </mxGeometry>
        </mxCell>
        <object link="references/eClassifiers/Supplier/references/eStructuralFeatures/outgoingTransitions/index.html" id="2bfd4203-4ae3-4510-a501-130333f6174f">
          <mxCell edge="1" parent="1" source="6e3e9837-3680-495f-ad33-634c0cdc45b0" style="rounded=0;orthogonalLoop=1;jettySize=1;html=1;startArrow=diamondThin;exitX=1;exitY=0.5;exitDx=0;exitDy=0;edgeStyle=orthogonalEdgeStyle;entryX=0;entryY=0.5;entryDx=0;entryDy=0;jumpStyle=arc;" target="18614138-ef5b-436f-bcf5-6e98c80928c4">
            <mxGeometry relative="1" as="geometry">
              <Array as="points">
                <mxPoint x="220" y="505" />
                <mxPoint x="220" y="685" />
              </Array>
            </mxGeometry>
          </mxCell>
        </object>
        <mxCell id="626fbf4d-a35c-4282-8ab4-0cbf5f9f2307" parent="2bfd4203-4ae3-4510-a501-130333f6174f" style="edgeLabel;html=1;align=center;verticalAlign=middle;resizable=0;points=[]" value="outgoingTransitions" vertex="1">
          <mxGeometry relative="1" x="0.7" as="geometry">
            <mxPoint x="-128" y="-11" as="offset" />
          </mxGeometry>
        </mxCell>
        <mxCell id="325f7911-499b-4582-b4ae-b6f5e45d3c19" parent="2bfd4203-4ae3-4510-a501-130333f6174f" style="edgeLabel;html=1;align=center;verticalAlign=middle;resizable=0;points=[]" value="source" vertex="1">
          <mxGeometry relative="1" x="0.3" as="geometry">
            <mxPoint x="-137" y="-192" as="offset" />
          </mxGeometry>
        </mxCell>
      </root>
    </mxGraphModel>
  </diagram>
</mxfile>
